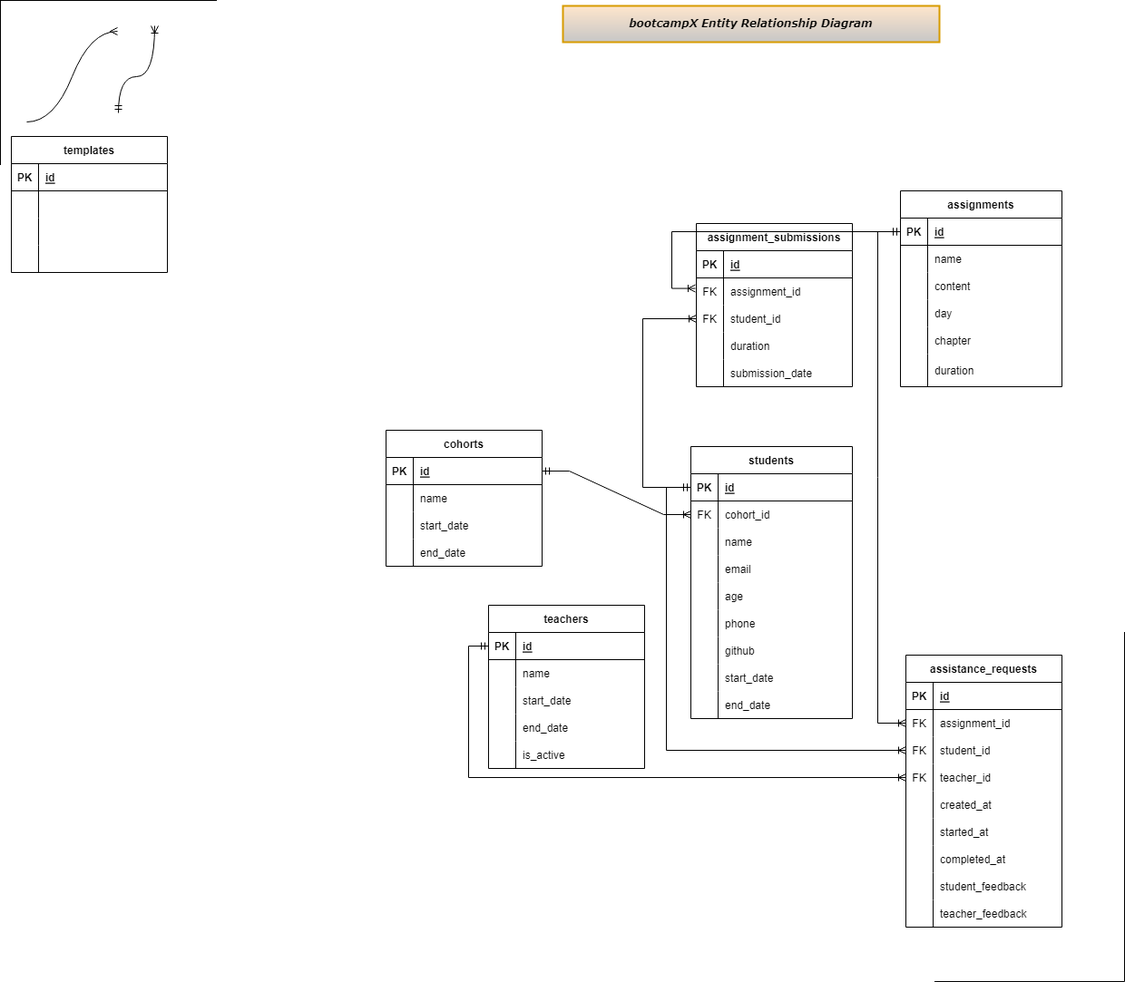
sachieko/bootcampX keeps this draw.io diagram as bootcampXErd.drawio.png. Above is the earlier version. Source tidied: cells renumbered, new cells last; positions are measured from the earlier drawing's top-left corner, leaving out a move shared by most shapes.
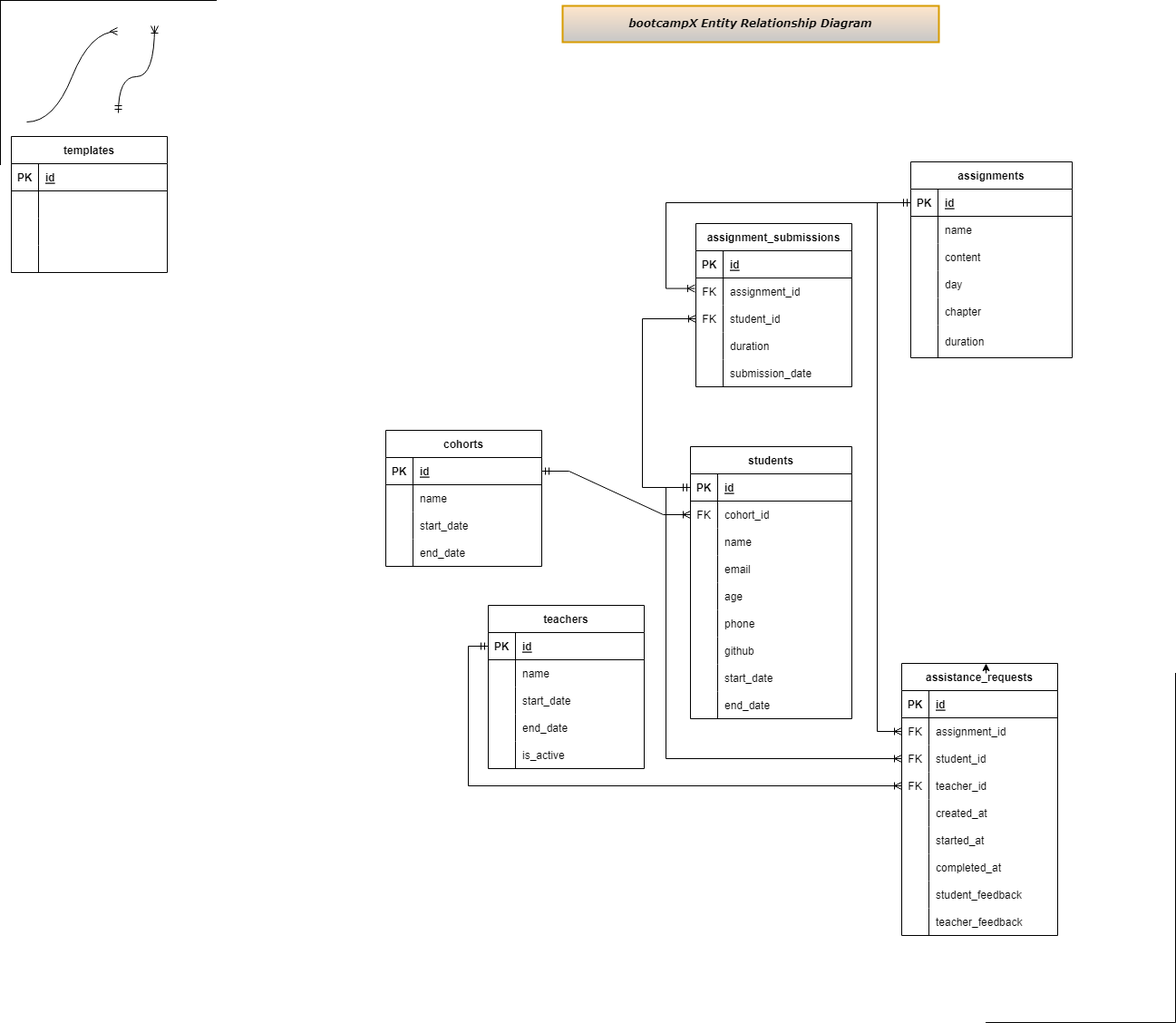
The same file after the commit.

Change to the diagram source:
```diff
@@ -1,4 +1,4 @@
-<mxGraphModel>
+<mxGraphModel background="#FFFFFF">
   <root>
     <mxCell id="0" />
     <mxCell id="1" parent="0" />
@@ -42,7 +42,7 @@
       <mxGeometry x="30" width="142" height="30" as="geometry" />
     </mxCell>
     <mxCell id="15" value="assignments" style="shape=table;startSize=30;rowLines=0;fontStyle=1;align=center;" parent="1" vertex="1">
-      <mxGeometry x="992" y="210" width="178" height="216" as="geometry" />
+      <mxGeometry x="1004" y="178" width="178" height="216" as="geometry" />
     </mxCell>
     <mxCell id="16" style="shape=tableRow;horizontal=0;startSize=0;swimlaneHead=0;swimlaneBody=0;fillColor=none;points=[[0,0.5],[1,0.5]];portConstraint=eastwest;top=0;left=0;right=0;bottom=1;" parent="15" vertex="1">
       <mxGeometry y="30" width="178" height="30" as="geometry" />
@@ -275,6 +275,9 @@
     <mxCell id="92" style="edgeStyle=elbowEdgeStyle;fontSize=12;html=1;endArrow=ERoneToMany;startArrow=ERmandOne;rounded=0;exitX=0;exitY=0.5;exitDx=0;exitDy=0;entryX=-0.006;entryY=0.386;entryDx=0;entryDy=0;entryPerimeter=0;elbow=vertical;" parent="1" edge="1" source="16" target="79">
       <mxGeometry relative="1" as="geometry">
         <Array as="points">
+          <mxPoint x="734" y="253" />
+          <mxPoint x="827" y="226" />
+          <mxPoint x="858" y="238" />
           <mxPoint x="740" y="251" />
           <mxPoint x="742" y="240" />
           <mxPoint x="869" y="224" />
@@ -349,7 +352,7 @@
       <mxGeometry x="30" width="142" height="30" as="geometry" />
     </mxCell>
     <mxCell id="111" value="assistance_requests" style="shape=table;startSize=30;rowLines=0;fontStyle=1;align=center;" parent="1" vertex="1">
-      <mxGeometry x="998" y="722" width="172" height="300" as="geometry" />
+      <mxGeometry x="994" y="731" width="172" height="300" as="geometry" />
     </mxCell>
     <mxCell id="112" style="shape=tableRow;horizontal=0;startSize=0;swimlaneHead=0;swimlaneBody=0;fillColor=none;top=0;left=0;right=0;bottom=1;" parent="111" vertex="1">
       <mxGeometry y="30" width="172" height="30" as="geometry" />
@@ -465,8 +468,11 @@
     <mxCell id="144" style="shape=partialRectangle;whiteSpace=wrap;html=1;bottom=0;right=0;fillColor=none;" parent="1" vertex="1">
       <mxGeometry width="238" height="181" as="geometry" />
     </mxCell>
+    <mxCell id="146" style="edgeStyle=elbowEdgeStyle;rounded=0;jettySize=auto;elbow=vertical;html=1;exitX=0;exitY=0;exitDx=0;exitDy=0;" parent="1" edge="1" source="145" target="111">
+      <mxGeometry relative="1" as="geometry" />
+    </mxCell>
     <mxCell id="145" style="shape=partialRectangle;whiteSpace=wrap;html=1;top=0;left=0;fillColor=none;" parent="1" vertex="1">
-      <mxGeometry x="1030" y="697" width="209" height="385" as="geometry" />
+      <mxGeometry x="1087" y="742" width="209" height="385" as="geometry" />
     </mxCell>
   </root>
 </mxGraphModel>
```
